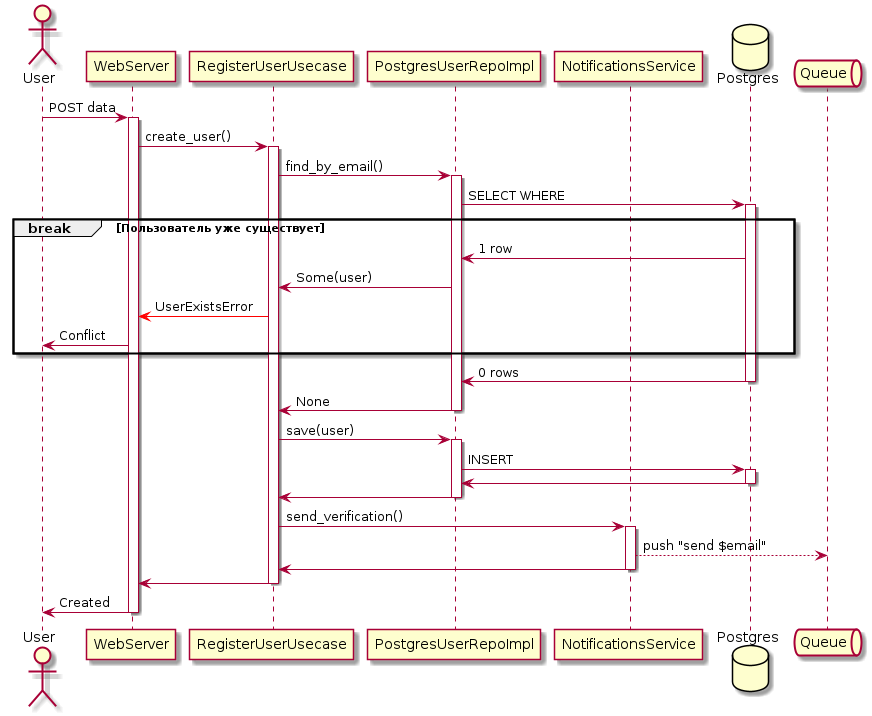
kluchi/diagrams keeps this PlantUML diagram as precendents/registration/registration_sequence.png. Above is the earlier version.
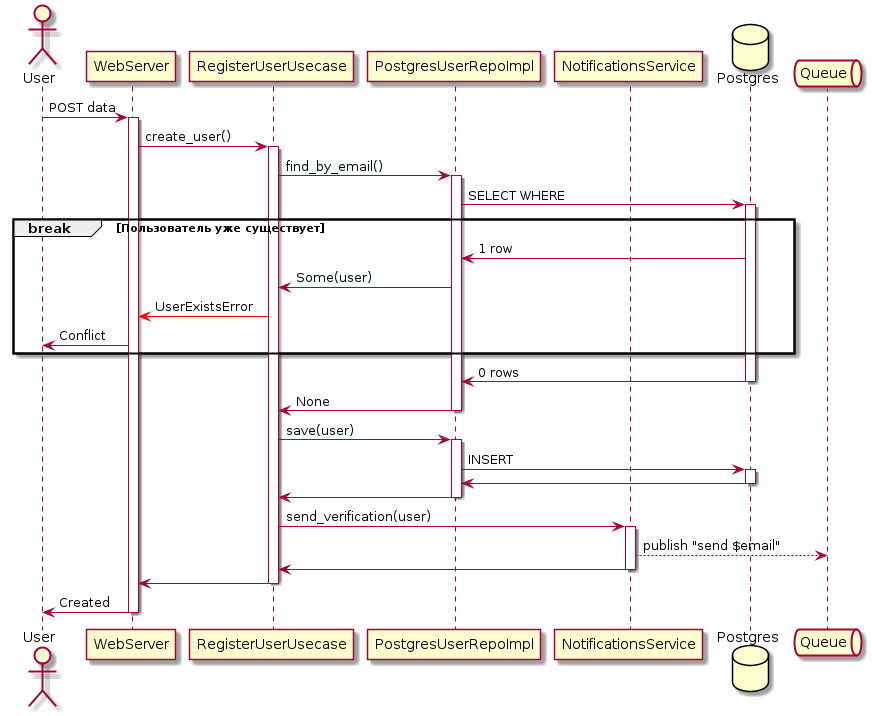
Later version of the same file.

Commit message:
Generate SVG and PNG images for PlantUML diagrams

Diff of the diagram source:
```diff
@@ -9,7 +9,6 @@
 database Postgres
 
 queue Queue
-
 
 User -> WebServer : POST data
 activate WebServer
@@ -53,11 +52,10 @@
 RegisterUserUsecase <- PostgresUserRepoImpl
 deactivate PostgresUserRepoImpl
 
-
-RegisterUserUsecase -> NotificationsService : send_verification()
+RegisterUserUsecase -> NotificationsService : send_verification(user)
 activate NotificationsService
 
-NotificationsService --> Queue : push "send $email"
+NotificationsService --> Queue : publish "send $email"
 
 RegisterUserUsecase <- NotificationsService
 deactivate NotificationsService
```
